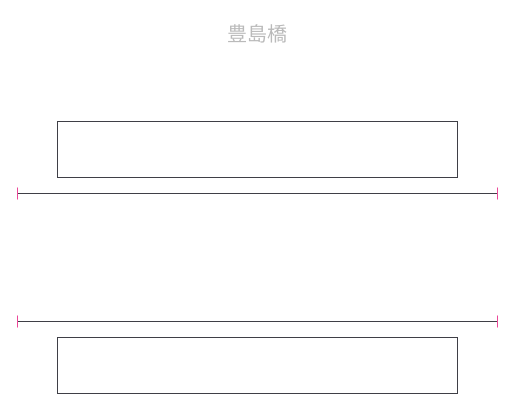
Above: SourceAssets/Track/Network/NakatetsuTrafficControl/CircuitDiagram/drawio/NT02.drawio in neko3141592/Nakatetsu (draw.io), before the change. Source tidied: cells renumbered, new cells numbered last; positions are measured from the earlier drawing's top-left corner, leaving out a move shared by most shapes. Both pictures are drawn from the tidied source at 100%, with x=0, y=0 at pixel (17, 17).
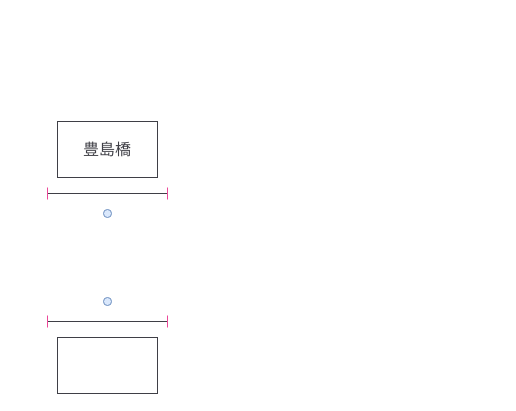
After the change.

What changed in the source:
```diff
@@
 <mxGraphModel>
   <root>
     <mxCell id="0" />
     <mxCell id="1" parent="0" />
-    <mxCell id="2" value="豊島橋" style="text;html=0;whiteSpace=wrap;strokeColor=none;fillColor=none;align=center;verticalAlign=middle;fontFamily=Arial;fontSize=20;fontColor=#BABABA;" parent="1" vertex="1">
-      <mxGeometry width="480" height="32" as="geometry" />
+    <mxCell id="2" value="豊島橋" style="text;html=0;whiteSpace=wrap;strokeColor=none;fillColor=none;align=center;verticalAlign=middle;fontFamily=Arial;fontSize=16;fontColor=#3F3F46;" parent="1" vertex="1">
+      <mxGeometry x="40" y="116" width="100" height="32" as="geometry" />
     </mxCell>
     <mxCell id="3" style="rounded=0;whiteSpace=wrap;html=1;fillColor=none;strokeWidth=1;fontColor=#333333;strokeColor=#3F3F46;" parent="1" vertex="1">
-      <mxGeometry x="40" y="104" width="400" height="56" as="geometry" />
+      <mxGeometry x="40" y="104" width="100" height="56" as="geometry" />
     </mxCell>
     <mxCell id="4" style="rounded=0;whiteSpace=wrap;html=1;fillColor=none;strokeWidth=1;fontColor=#333333;strokeColor=#3F3F46;" parent="1" vertex="1">
-      <mxGeometry x="40" y="320" width="400" height="56" as="geometry" />
+      <mxGeometry x="40" y="320" width="100" height="56" as="geometry" />
     </mxCell>
     <mxCell id="5" style="endArrow=none;html=1;rounded=0;startSize=10;strokeWidth=1;strokeColor=#3F3F46;" parent="1" edge="1">
       <mxGeometry relative="1" as="geometry">
-        <mxPoint y="176" as="sourcePoint" />
-        <mxPoint x="480" y="176" as="targetPoint" />
+        <mxPoint x="30" y="176" as="sourcePoint" />
+        <mxPoint x="150" y="176" as="targetPoint" />
       </mxGeometry>
     </mxCell>
     <mxCell id="6" style="endArrow=none;html=1;rounded=0;startSize=10;strokeWidth=1;strokeColor=#3F3F46;" parent="1" edge="1">
       <mxGeometry relative="1" as="geometry">
-        <mxPoint y="304" as="sourcePoint" />
-        <mxPoint x="480" y="304" as="targetPoint" />
+        <mxPoint x="30" y="304" as="sourcePoint" />
+        <mxPoint x="150" y="304" as="targetPoint" />
       </mxGeometry>
     </mxCell>
     <mxCell id="7" style="endArrow=none;startArrow=none;html=0;strokeColor=#EC4899;strokeWidth=1;" parent="1" edge="1">
       <mxGeometry relative="1" as="geometry">
-        <mxPoint y="170" as="sourcePoint" />
-        <mxPoint y="182" as="targetPoint" />
+        <mxPoint x="30" y="170" as="sourcePoint" />
+        <mxPoint x="30" y="182" as="targetPoint" />
       </mxGeometry>
     </mxCell>
     <mxCell id="8" style="endArrow=none;startArrow=none;html=0;strokeColor=#EC4899;strokeWidth=1;" parent="1" edge="1">
       <mxGeometry relative="1" as="geometry">
-        <mxPoint x="480" y="170" as="sourcePoint" />
-        <mxPoint x="480" y="182" as="targetPoint" />
+        <mxPoint x="150" y="170" as="sourcePoint" />
+        <mxPoint x="150" y="182" as="targetPoint" />
       </mxGeometry>
     </mxCell>
     <mxCell id="9" style="endArrow=none;startArrow=none;html=0;strokeColor=#EC4899;strokeWidth=1;" parent="1" edge="1">
       <mxGeometry relative="1" as="geometry">
-        <mxPoint y="298" as="sourcePoint" />
-        <mxPoint y="310" as="targetPoint" />
+        <mxPoint x="30" y="298" as="sourcePoint" />
+        <mxPoint x="30" y="310" as="targetPoint" />
       </mxGeometry>
     </mxCell>
     <mxCell id="10" style="endArrow=none;startArrow=none;html=0;strokeColor=#EC4899;strokeWidth=1;" parent="1" edge="1">
       <mxGeometry relative="1" as="geometry">
-        <mxPoint x="480" y="298" as="sourcePoint" />
-        <mxPoint x="480" y="310" as="targetPoint" />
+        <mxPoint x="150" y="298" as="sourcePoint" />
+        <mxPoint x="150" y="310" as="targetPoint" />
       </mxGeometry>
     </mxCell>
+    <mxCell id="11" style="ellipse;whiteSpace=wrap;html=1;shapeInside=1;fillColor=#dae8fc;strokeColor=#6c8ebf;" parent="1" vertex="1">
+      <mxGeometry x="86" y="192" width="8" height="8" as="geometry" />
+    </mxCell>
+    <mxCell id="12" style="ellipse;whiteSpace=wrap;html=1;shapeInside=1;fillColor=#dae8fc;strokeColor=#6c8ebf;" parent="1" vertex="1">
+      <mxGeometry x="86" y="280" width="8" height="8" as="geometry" />
+    </mxCell>
   </root>
 </mxGraphModel>
```
